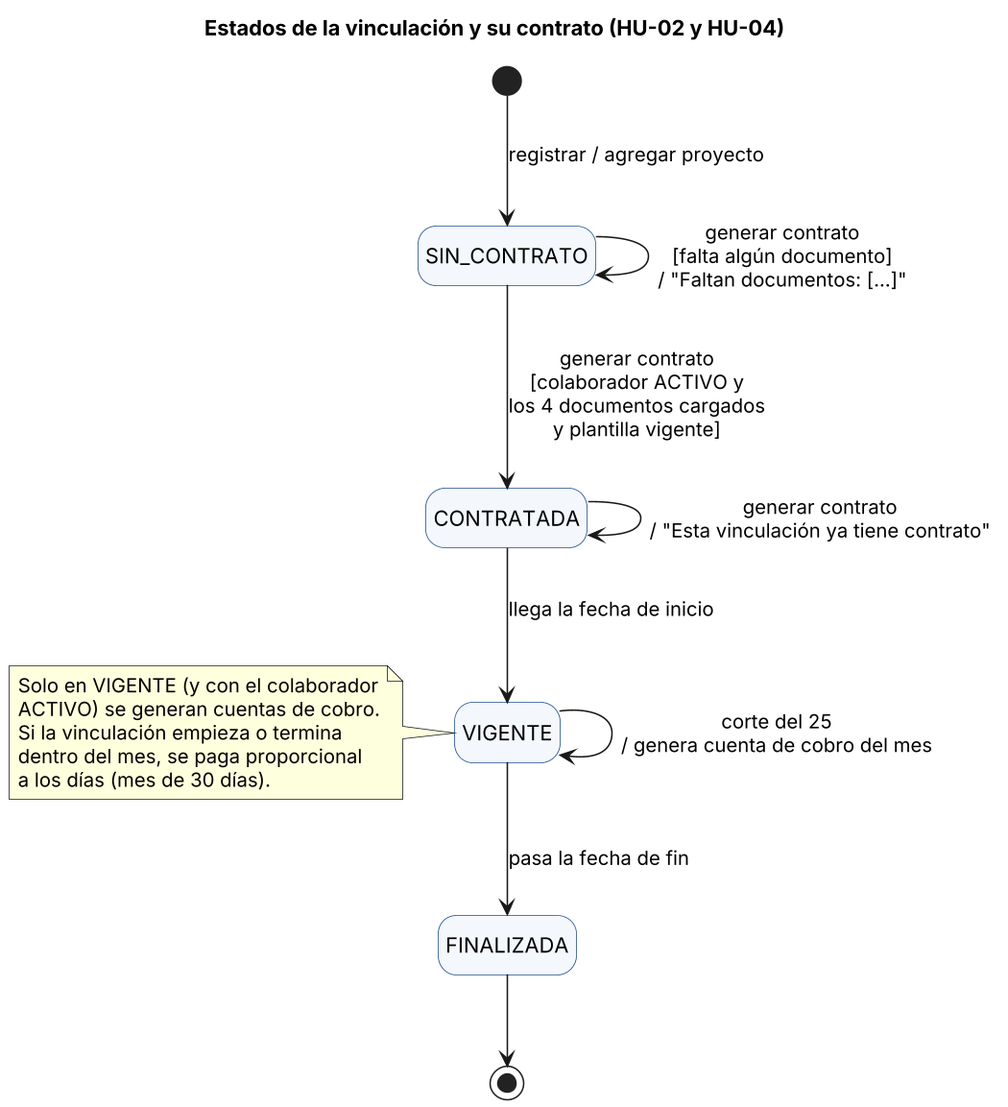
Earlier version of the PlantUML export docs/diagramas/rtf4/estados_vinculacion.png (Juanj15/criterdocs-and-people). Its diagram source:
```plantuml
@startuml
skinparam dpi 150
skinparam defaultFontName Arial
skinparam shadowing false
hide empty description
skinparam state {
  BackgroundColor #F4F7FB
  BorderColor #1F4E8C
}
title Estados de la vinculación y su contrato (HU-02 y HU-04)
[*] --> SIN_CONTRATO : registrar / agregar proyecto
SIN_CONTRATO --> CONTRATADA : generar contrato\n[colaborador ACTIVO y\nlos 4 documentos cargados\ny plantilla vigente]
SIN_CONTRATO --> SIN_CONTRATO : generar contrato\n[falta algún documento]\n/ "Faltan documentos: [...]"
CONTRATADA --> CONTRATADA : generar contrato\n/ "Esta vinculación ya tiene contrato"
CONTRATADA --> VIGENTE : llega la fecha de inicio
VIGENTE --> VIGENTE : corte del 25\n/ genera cuenta de cobro del mes
VIGENTE --> FINALIZADA : pasa la fecha de fin
FINALIZADA --> [*]
note left of VIGENTE
  Solo en VIGENTE (y con el colaborador
  ACTIVO) se generan cuentas de cobro.
  Si la vinculación empieza o termina
  dentro del mes, se paga proporcional
  a los días (mes de 30 días).
end note
@enduml
```
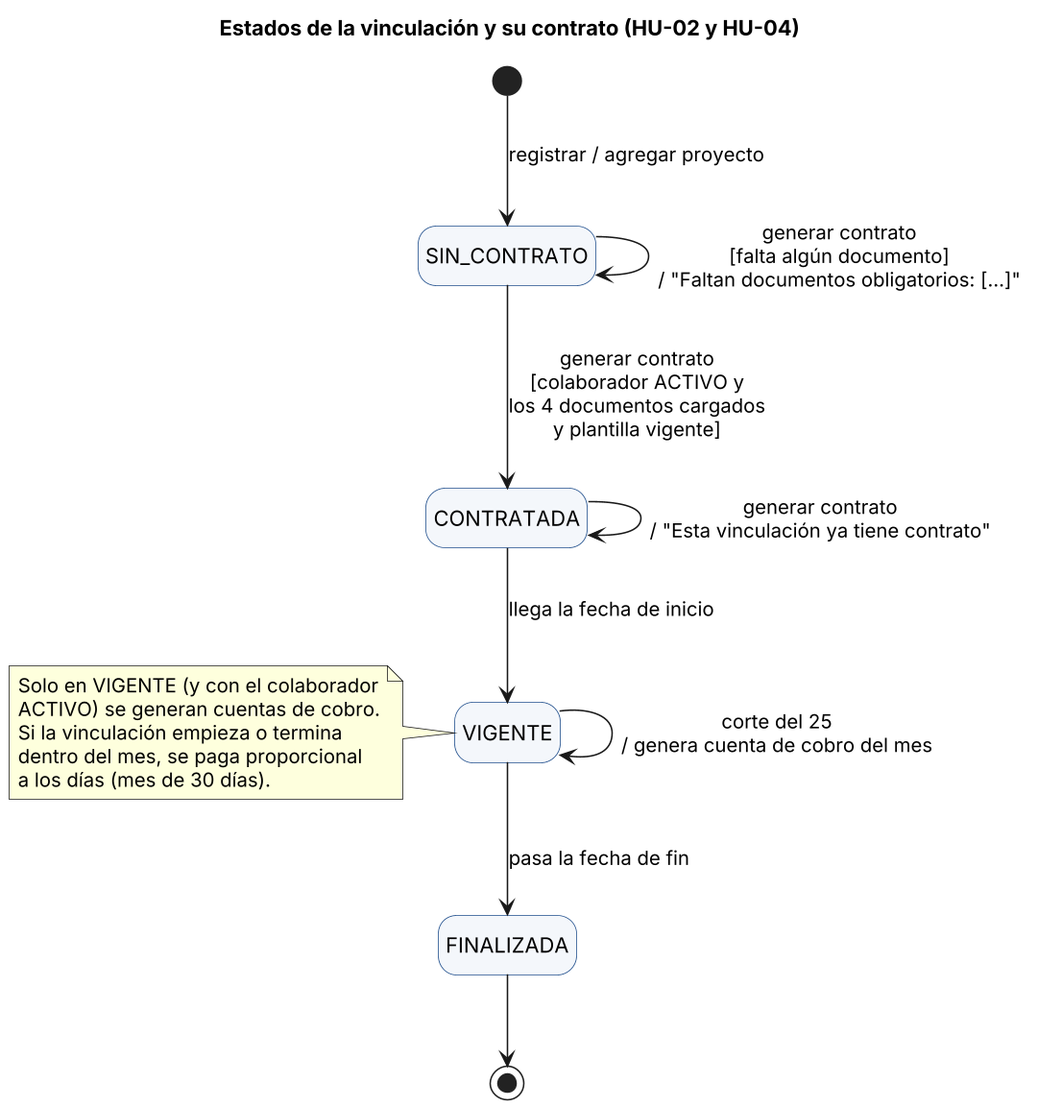
After the change.

The edit, as a diff of the source:
```diff
@@ -10,7 +10,7 @@
 title Estados de la vinculación y su contrato (HU-02 y HU-04)
 [*] --> SIN_CONTRATO : registrar / agregar proyecto
 SIN_CONTRATO --> CONTRATADA : generar contrato\n[colaborador ACTIVO y\nlos 4 documentos cargados\ny plantilla vigente]
-SIN_CONTRATO --> SIN_CONTRATO : generar contrato\n[falta algún documento]\n/ "Faltan documentos: [...]"
+SIN_CONTRATO --> SIN_CONTRATO : generar contrato\n[falta algún documento]\n/ "Faltan documentos obligatorios: [...]"
 CONTRATADA --> CONTRATADA : generar contrato\n/ "Esta vinculación ya tiene contrato"
 CONTRATADA --> VIGENTE : llega la fecha de inicio
 VIGENTE --> VIGENTE : corte del 25\n/ genera cuenta de cobro del mes
```
